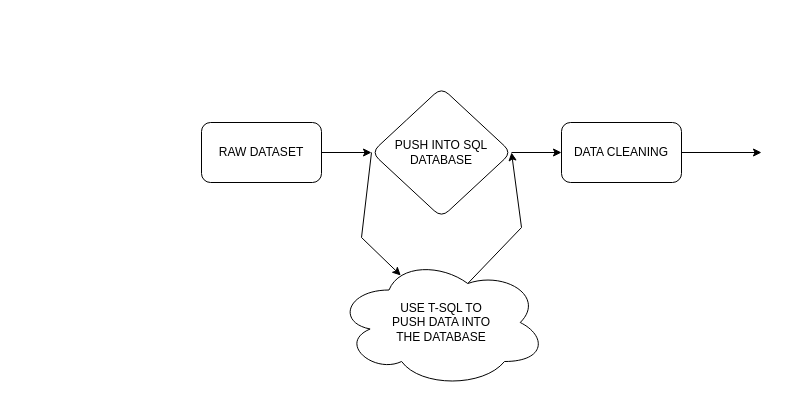
AnubhavAdhar/trial keeps this draw.io diagram as Untitled Diagram.drawio. Above is the earlier version. Source tidied: cells renumbered, new cells numbered last; positions are measured from the earlier drawing's top-left corner, leaving out a move shared by most shapes. Both pictures are drawn from the tidied source at 100%, with x=0, y=0 at pixel (201, 87).
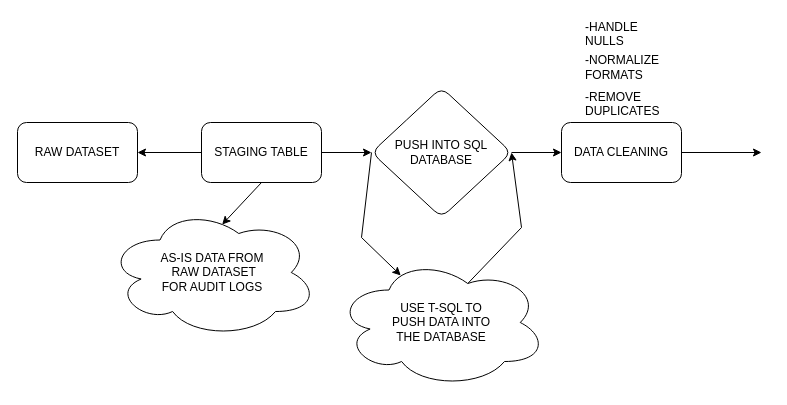
The same diagram, later.

What changed in the source:
```diff
@@
+    <mxCell id="11" style="edgeStyle=none;rounded=0;jettySize=auto;html=1;elbow=vertical;" parent="1" edge="1" source="3" target="12">
+      <mxGeometry relative="1" as="geometry" />
+    </mxCell>
-    <mxCell id="3" value="RAW DATASET" style="rounded=1;whiteSpace=wrap;html=1;" parent="1" vertex="1">
+    <mxCell id="3" value="STAGING TABLE" style="rounded=1;whiteSpace=wrap;html=1;" parent="1" vertex="1">
       <mxGeometry y="35" width="120" height="60" as="geometry" />
     </mxCell>
@@
+    <mxCell id="12" value="RAW DATASET" style="whiteSpace=wrap;html=1;rounded=1;" parent="1" vertex="1">
+      <mxGeometry x="-184" y="35" width="120" height="60" as="geometry" />
+    </mxCell>
+    <mxCell id="13" value="AS-IS DATA FROM&lt;br&gt;&amp;nbsp;RAW DATASET &lt;br&gt;FOR AUDIT LOGS" style="ellipse;shape=cloud;whiteSpace=wrap;html=1;" parent="1" vertex="1">
+      <mxGeometry x="-94" y="120" width="210" height="130" as="geometry" />
+    </mxCell>
+    <mxCell id="14" style="edgeStyle=none;rounded=0;jettySize=auto;html=1;exitX=0.5;exitY=1;exitDx=0;exitDy=0;entryX=0.546;entryY=0.131;entryDx=0;entryDy=0;entryPerimeter=0;elbow=vertical;" parent="1" edge="1" source="3" target="13">
+      <mxGeometry relative="1" as="geometry" />
+    </mxCell>
+    <mxCell id="15" style="shape=table;startSize=0;childLayout=tableLayout;fontSize=11;fillColor=none;strokeColor=none;" parent="1" vertex="1">
+      <mxGeometry x="377" y="-70" width="86" height="100" as="geometry" />
+    </mxCell>
+    <mxCell id="16" style="shape=tableRow;horizontal=0;startSize=0;swimlaneHead=0;swimlaneBody=0;strokeColor=inherit;top=0;left=0;bottom=0;right=0;fillColor=none;fontSize=16;" parent="15" vertex="1">
+      <mxGeometry width="86" height="30" as="geometry" />
+    </mxCell>
+    <mxCell id="17" value="-HANDLE NULLS" style="shape=partialRectangle;html=1;whiteSpace=wrap;strokeColor=inherit;overflow=hidden;fillColor=none;top=0;left=0;bottom=0;right=0;fontSize=12;align=left;spacingLeft=5;" parent="16" vertex="1">
+      <mxGeometry width="86" height="30" as="geometry" />
+    </mxCell>
+    <mxCell id="18" style="shape=tableRow;horizontal=0;startSize=0;swimlaneHead=0;swimlaneBody=0;strokeColor=inherit;top=0;left=0;bottom=0;right=0;fillColor=none;fontSize=16;" parent="15" vertex="1">
+      <mxGeometry y="30" width="86" height="40" as="geometry" />
+    </mxCell>
+    <mxCell id="19" value="-NORMALIZE FORMATS" style="shape=partialRectangle;html=1;whiteSpace=wrap;strokeColor=inherit;overflow=hidden;fillColor=none;top=0;left=0;bottom=0;right=0;fontSize=12;align=left;spacingLeft=5;" parent="18" vertex="1">
+      <mxGeometry width="86" height="40" as="geometry" />
+    </mxCell>
+    <mxCell id="20" style="shape=tableRow;horizontal=0;startSize=0;swimlaneHead=0;swimlaneBody=0;strokeColor=inherit;top=0;left=0;bottom=0;right=0;fillColor=none;fontSize=16;" parent="15" vertex="1">
+      <mxGeometry y="70" width="86" height="30" as="geometry" />
+    </mxCell>
+    <mxCell id="21" value="-REMOVE DUPLICATES" style="shape=partialRectangle;html=1;whiteSpace=wrap;strokeColor=inherit;overflow=hidden;fillColor=none;top=0;left=0;bottom=0;right=0;fontSize=12;align=left;spacingLeft=5;" parent="20" vertex="1">
+      <mxGeometry width="86" height="30" as="geometry" />
+    </mxCell>
```
